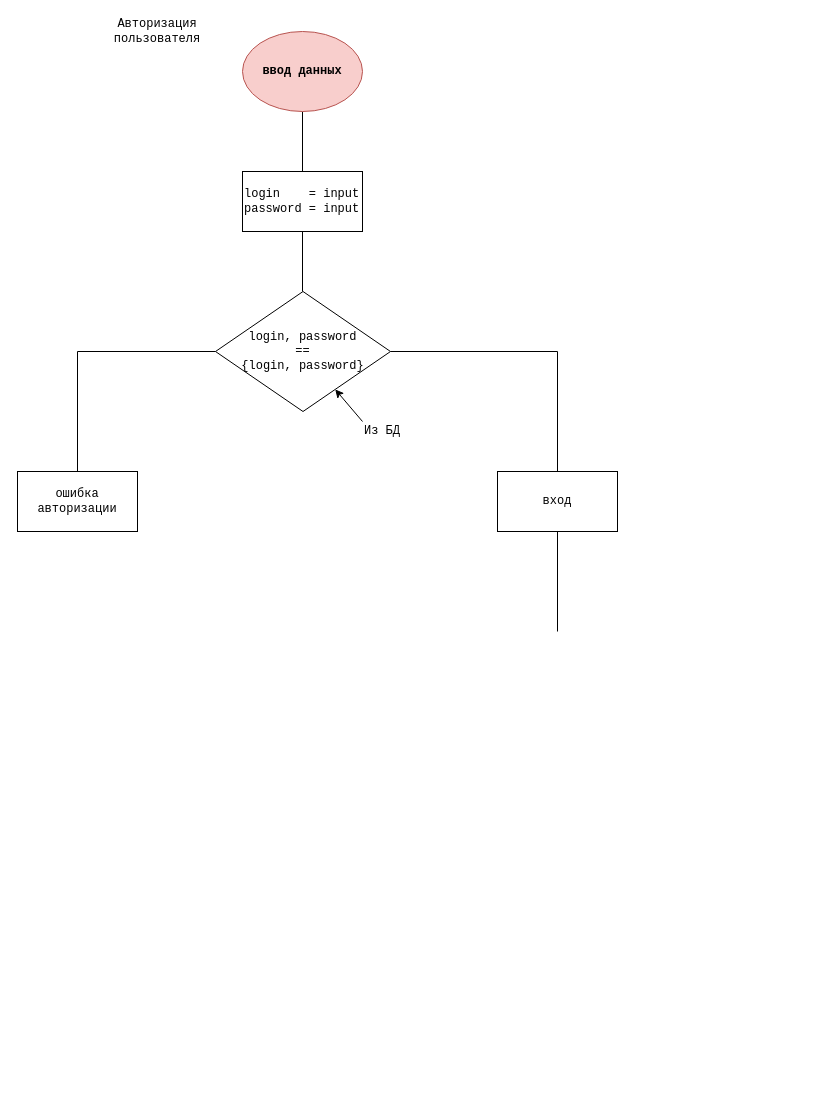
This is Untitled Diagram.drawio from IvanBonchukov/bot, a draw.io file, before an edit. Source tidied: cells renumbered, new cells numbered last; positions are measured from the earlier drawing's top-left corner, leaving out a move shared by most shapes. Both pictures are drawn from the tidied source at 100%, with x=0, y=0 at pixel (17, 21).
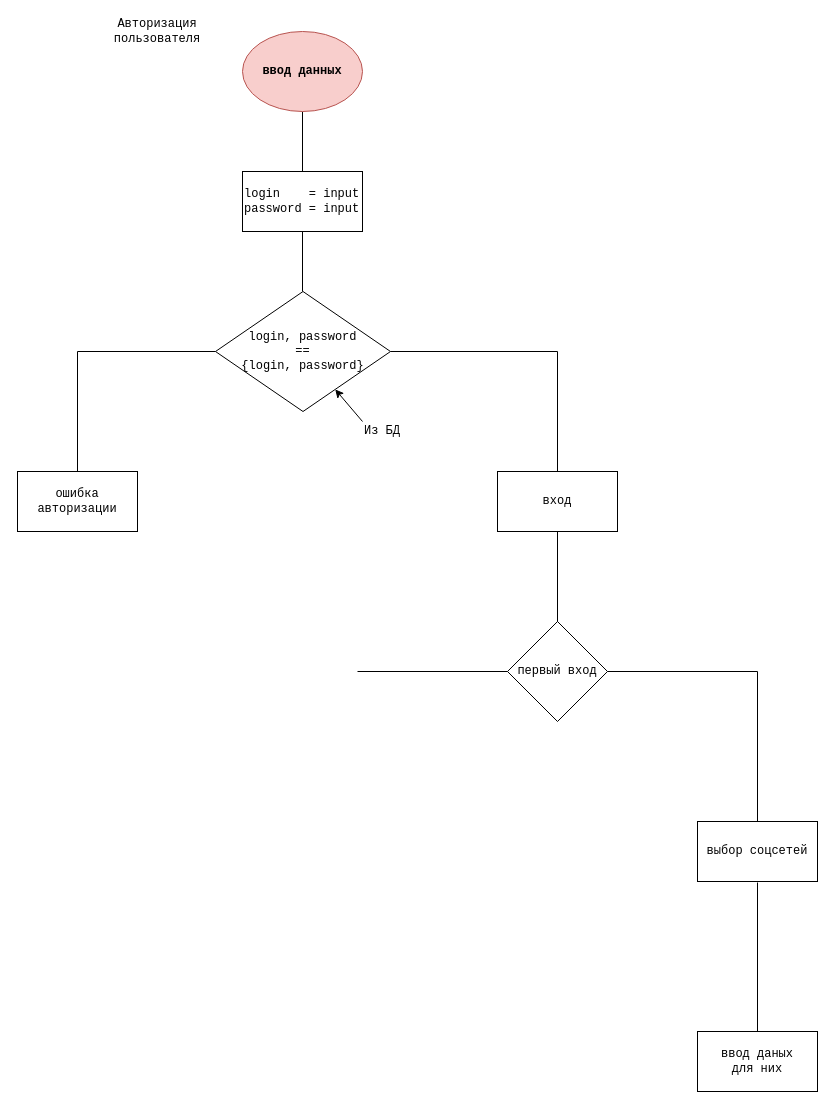
Above is the later version.

What changed in the source:
```diff
@@
+    <mxCell id="17" value="первый вход" style="rhombus;whiteSpace=wrap;html=1;fontFamily=Courier New;" parent="1" vertex="1">
+      <mxGeometry x="490" y="600" width="100" height="100" as="geometry" />
+    </mxCell>
+    <mxCell id="18" style="endArrow=none;html=1;fontFamily=Courier New;entryX=1;entryY=0.5;entryDx=0;entryDy=0;" parent="1" edge="1" target="17">
+      <mxGeometry relative="1" as="geometry">
+        <mxPoint x="740" y="650" as="sourcePoint" />
+      </mxGeometry>
+    </mxCell>
+    <mxCell id="19" style="endArrow=none;html=1;fontFamily=Courier New;entryX=0;entryY=0.5;entryDx=0;entryDy=0;" parent="1" edge="1" target="17">
+      <mxGeometry relative="1" as="geometry">
+        <mxPoint x="340" y="650" as="sourcePoint" />
+      </mxGeometry>
+    </mxCell>
+    <mxCell id="20" style="endArrow=none;html=1;fontFamily=Courier New;" parent="1" edge="1">
+      <mxGeometry relative="1" as="geometry">
+        <mxPoint x="740" y="800" as="sourcePoint" />
+        <mxPoint x="740" y="650" as="targetPoint" />
+      </mxGeometry>
+    </mxCell>
+    <mxCell id="21" value="&lt;div&gt;выбор соцсетей&lt;/div&gt;" style="rounded=0;whiteSpace=wrap;html=1;fontFamily=Courier New;" parent="1" vertex="1">
+      <mxGeometry x="680" y="800" width="120" height="60" as="geometry" />
+    </mxCell>
+    <mxCell id="22" style="endArrow=none;html=1;fontFamily=Courier New;" parent="1" edge="1">
+      <mxGeometry relative="1" as="geometry">
+        <mxPoint x="740" y="1010" as="sourcePoint" />
+        <mxPoint x="740" y="861" as="targetPoint" />
+      </mxGeometry>
+    </mxCell>
+    <mxCell id="23" value="&lt;div&gt;ввод даных&lt;/div&gt;&lt;div&gt; для них&lt;/div&gt;" style="rounded=0;whiteSpace=wrap;html=1;fontFamily=Courier New;" parent="1" vertex="1">
+      <mxGeometry x="680" y="1010" width="120" height="60" as="geometry" />
+    </mxCell>
```
